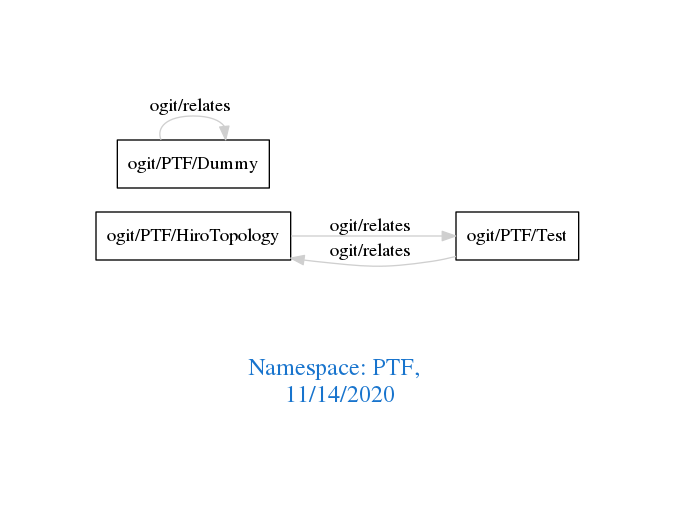
arago/OGIT keeps this Graphviz diagram as downloads/PTF.png. Above is the earlier version. Its source is kept beside it as downloads/PTF.dot.
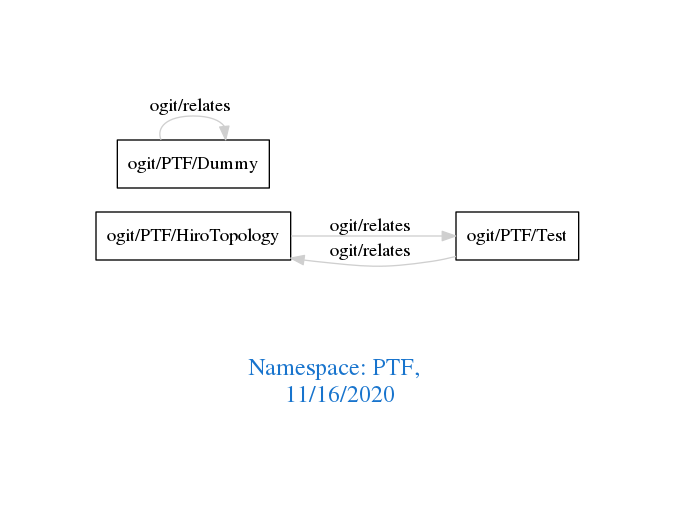
Above is the later version.

The edit, as a diff of the source:
```diff
@@ -1,7 +1,7 @@
 digraph OGIT_ontology {
  graph [ rankdir= LR,pad=1
 fontsize = 18,
-fontcolor= dodgerblue3,label = "\n\n\nNamespace: PTF, \n 11/14/2020"];
+fontcolor= dodgerblue3,label = "\n\n\nNamespace: PTF, \n 11/16/2020"];
 node[shape=polygon];
 edge [  color="gray81"];
 
```
